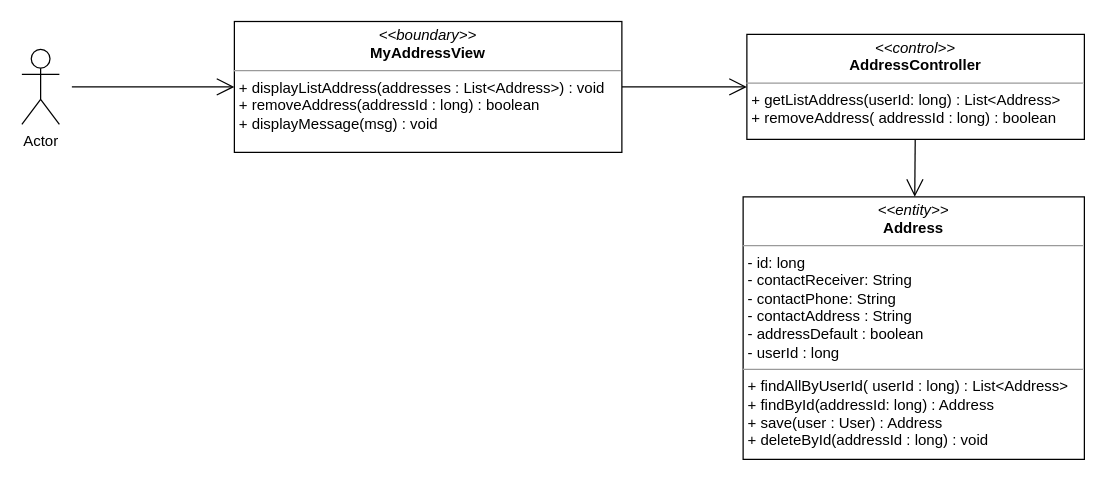
The draw.io diagram class diagram/delete-address-class-diagram.drawio in nguyenphamvan/datn_20202, before the edit. Source tidied: cells renumbered, new cells numbered last; positions are measured from the earlier drawing's top-left corner, leaving out a move shared by most shapes. Both pictures are drawn from the tidied source at 125%, with x=0, y=0 at pixel (21, 21).
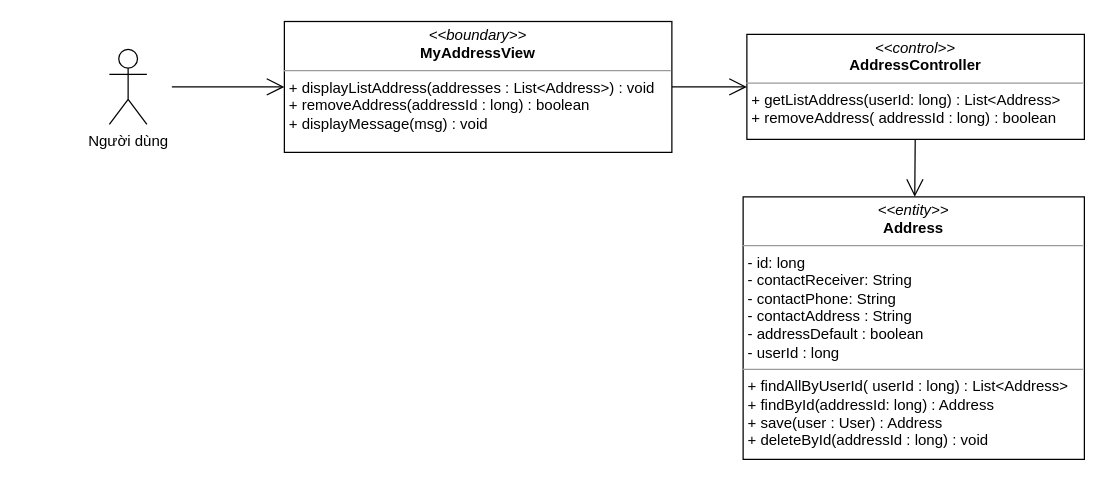
Above is the later version.

The edit, as a diff of the source:
```diff
@@
 <mxGraphModel>
   <root>
     <mxCell id="0" />
     <mxCell id="1" parent="0" />
     <mxCell id="2" style="endArrow=open;endFill=1;endSize=12;html=1;" parent="1" edge="1" source="6" target="4">
       <mxGeometry relative="1" as="geometry" />
     </mxCell>
     <mxCell id="3" value="&lt;p style=&quot;margin: 0px ; margin-top: 4px ; text-align: center&quot;&gt;&lt;i&gt;&amp;lt;&amp;lt;entity&amp;gt;&amp;gt;&lt;/i&gt;&lt;br&gt;&lt;b&gt;Address&lt;/b&gt;&lt;/p&gt;&lt;hr size=&quot;1&quot;&gt;&lt;p style=&quot;margin: 0px ; margin-left: 4px&quot;&gt;- id: long&lt;/p&gt;&lt;p style=&quot;margin: 0px ; margin-left: 4px&quot;&gt;- contactReceiver: String&lt;br&gt;- contactPhone: String&lt;/p&gt;&lt;p style=&quot;margin: 0px ; margin-left: 4px&quot;&gt;- contactAddress : String&lt;/p&gt;&lt;p style=&quot;margin: 0px ; margin-left: 4px&quot;&gt;- addressDefault : boolean&lt;/p&gt;&lt;p style=&quot;margin: 0px ; margin-left: 4px&quot;&gt;- userId : long&lt;/p&gt;&lt;hr size=&quot;1&quot;&gt;&lt;p style=&quot;margin: 0px 0px 0px 4px&quot;&gt;+ findAllByUserId( userId : long) : List&amp;lt;Address&amp;gt;&lt;/p&gt;&lt;p style=&quot;margin: 0px 0px 0px 4px&quot;&gt;+ findById(addressId: long) : Address&lt;/p&gt;&lt;p style=&quot;margin: 0px 0px 0px 4px&quot;&gt;+ save(user : User) : Address&lt;/p&gt;&lt;p style=&quot;margin: 0px ; margin-left: 4px&quot;&gt;+ deleteById(addressId : long) : void&lt;/p&gt;" style="verticalAlign=top;align=left;overflow=fill;fontSize=12;fontFamily=Helvetica;html=1;" parent="1" vertex="1">
       <mxGeometry x="577" y="140" width="273" height="210" as="geometry" />
     </mxCell>
     <mxCell id="4" value="&lt;p style=&quot;margin: 0px ; margin-top: 4px ; text-align: center&quot;&gt;&lt;i&gt;&amp;lt;&amp;lt;control&amp;gt;&amp;gt;&lt;/i&gt;&lt;br&gt;&lt;b&gt;AddressController&lt;/b&gt;&lt;br&gt;&lt;/p&gt;&lt;hr size=&quot;1&quot;&gt;&lt;p style=&quot;margin: 0px ; margin-left: 4px&quot;&gt;&lt;/p&gt;&lt;p style=&quot;margin: 0px 0px 0px 4px&quot;&gt;+ getListAddress(userId: long) : List&amp;lt;Address&amp;gt;&lt;/p&gt;&lt;p style=&quot;margin: 0px 0px 0px 4px&quot;&gt;+ removeAddress( addressId : long) : boolean&lt;/p&gt;" style="verticalAlign=top;align=left;overflow=fill;fontSize=12;fontFamily=Helvetica;html=1;" parent="1" vertex="1">
       <mxGeometry x="580" y="10" width="270" height="84" as="geometry" />
     </mxCell>
     <mxCell id="5" style="endArrow=open;endFill=1;endSize=12;html=1;" parent="1" edge="1" source="4" target="3">
       <mxGeometry relative="1" as="geometry" />
     </mxCell>
     <mxCell id="6" value="&lt;p style=&quot;margin: 0px ; margin-top: 4px ; text-align: center&quot;&gt;&lt;i&gt;&amp;lt;&amp;lt;boundary&amp;gt;&amp;gt;&lt;/i&gt;&lt;br&gt;&lt;b&gt;MyAddressView&lt;/b&gt;&lt;/p&gt;&lt;hr size=&quot;1&quot;&gt;&lt;p style=&quot;margin: 0px ; margin-left: 4px&quot;&gt;&lt;span&gt;+ displayListAddress(addresses : List&amp;lt;Address&amp;gt;) : void&lt;/span&gt;&lt;/p&gt;&lt;p style=&quot;margin: 0px 0px 0px 4px&quot;&gt;+ removeAddress(addressId : long) : boolean&lt;/p&gt;&lt;p style=&quot;margin: 0px 0px 0px 4px&quot;&gt;+ displayMessage(msg) : void&lt;/p&gt;" style="verticalAlign=top;align=left;overflow=fill;fontSize=12;fontFamily=Helvetica;html=1;" parent="1" vertex="1">
-      <mxGeometry x="170" y="-0.3" width="310" height="104.7" as="geometry" />
+      <mxGeometry x="210" y="-0.3" width="310" height="104.7" as="geometry" />
     </mxCell>
-    <mxCell id="7" value="Actor" style="shape=umlActor;verticalLabelPosition=bottom;verticalAlign=top;html=1;" parent="1" vertex="1">
-      <mxGeometry y="22" width="30" height="60" as="geometry" />
+    <mxCell id="7" value="Người dùng" style="shape=umlActor;verticalLabelPosition=bottom;verticalAlign=top;html=1;" parent="1" vertex="1">
+      <mxGeometry x="70" y="22" width="30" height="60" as="geometry" />
     </mxCell>
     <mxCell id="8" style="endArrow=open;endFill=1;endSize=12;html=1;" parent="1" edge="1" target="6">
       <mxGeometry relative="1" as="geometry">
-        <mxPoint x="40" y="52" as="sourcePoint" />
+        <mxPoint x="120" y="52" as="sourcePoint" />
       </mxGeometry>
     </mxCell>
   </root>
 </mxGraphModel>
```
